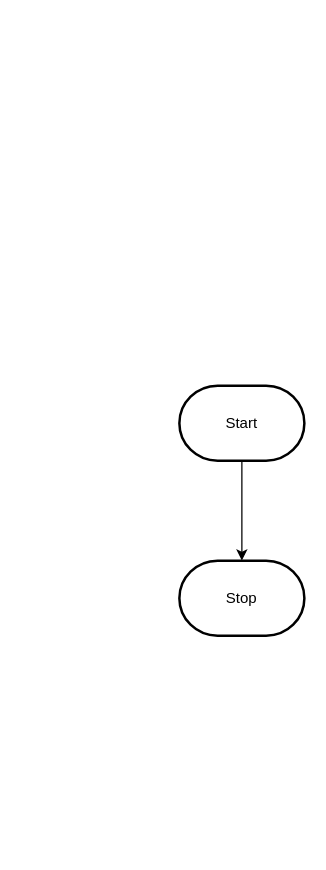
Above: design/flowchart.drawio in MTHS-ICS2O-2-2022/ICS2O-Unit-5-08-Yuri-Gabutero24 (draw.io), before the change. Source tidied: cells renumbered, new cells numbered last; positions are measured from the earlier drawing's top-left corner, leaving out a move shared by most shapes. Both pictures are drawn from the tidied source at 125%, with x=0, y=0 at pixel (179, 385).
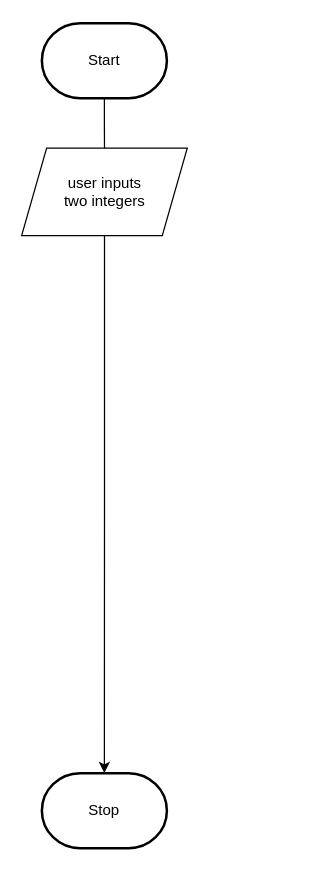
The same diagram, later.

The edit, as a diff of the source:
```diff
@@
 <mxGraphModel>
   <root>
     <mxCell id="0" />
     <mxCell id="1" parent="0" />
-    <mxCell id="2" style="edgeStyle=orthogonalEdgeStyle;html=1;rounded=0;" parent="1" edge="1" source="3" target="4">
+    <mxCell id="2" style="edgeStyle=orthogonalEdgeStyle;html=1;rounded=0;startArrow=none;" parent="1" edge="1" source="6" target="4">
       <mxGeometry relative="1" as="geometry" />
     </mxCell>
     <mxCell id="3" value="Start" style="strokeWidth=2;html=1;shape=mxgraph.flowchart.terminator;whiteSpace=wrap;" parent="1" vertex="1">
-      <mxGeometry width="100" height="60" as="geometry" />
+      <mxGeometry x="-110" y="-290" width="100" height="60" as="geometry" />
     </mxCell>
     <mxCell id="4" value="Stop" style="strokeWidth=2;html=1;shape=mxgraph.flowchart.terminator;whiteSpace=wrap;" parent="1" vertex="1">
-      <mxGeometry y="140" width="100" height="60" as="geometry" />
+      <mxGeometry x="-110" y="310" width="100" height="60" as="geometry" />
     </mxCell>
+    <mxCell id="5" style="edgeStyle=orthogonalEdgeStyle;html=1;rounded=0;endArrow=none;" parent="1" edge="1" source="3" target="6">
+      <mxGeometry relative="1" as="geometry" />
+    </mxCell>
+    <mxCell id="6" value="user inputs &lt;br&gt;two integers" style="shape=parallelogram;perimeter=parallelogramPerimeter;whiteSpace=wrap;html=1;fixedSize=1;" parent="1" vertex="1">
+      <mxGeometry x="-126.2" y="-190" width="132.5" height="70" as="geometry" />
+    </mxCell>
   </root>
 </mxGraphModel>
```
